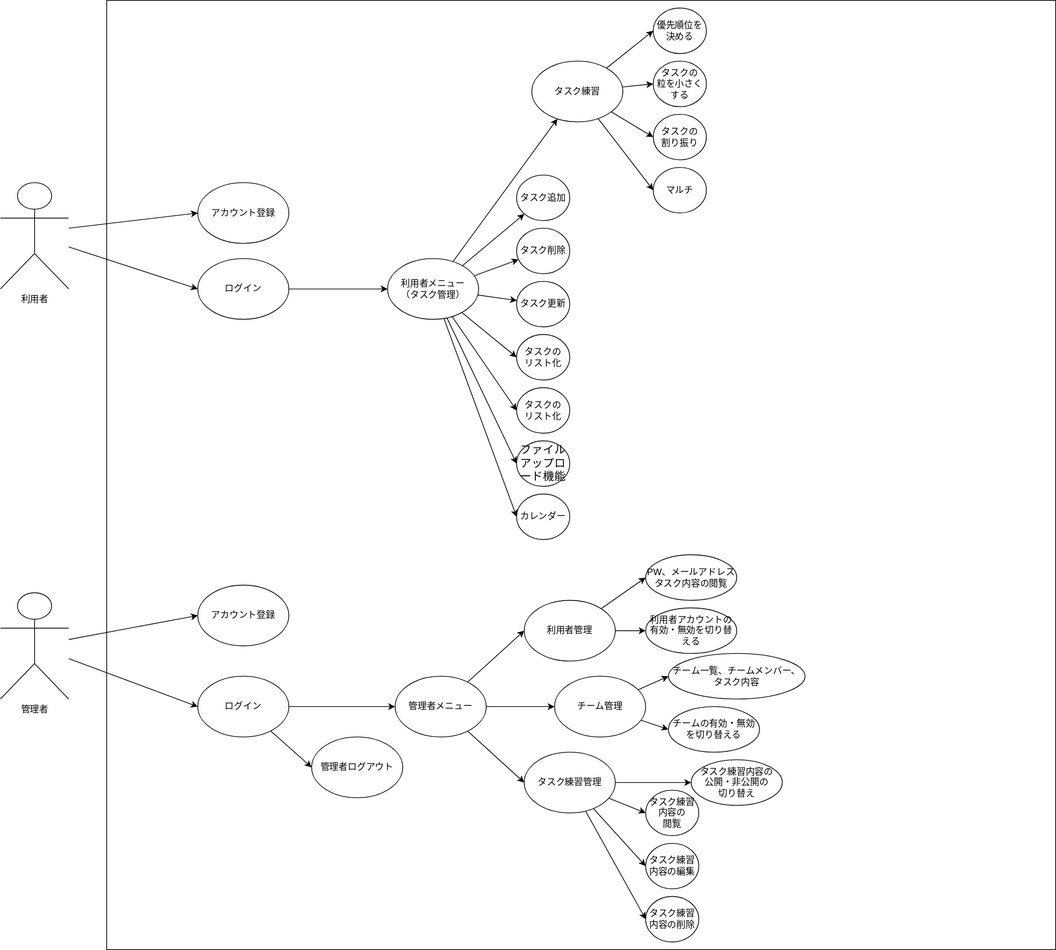
This is teamE.drawio.svg from Skypeace8585/uml-introduction, a draw.io export, as it was before one commit. Source tidied: cells renumbered, new cells last; positions are measured from the earlier drawing's top-left corner, leaving out a move shared by most shapes.
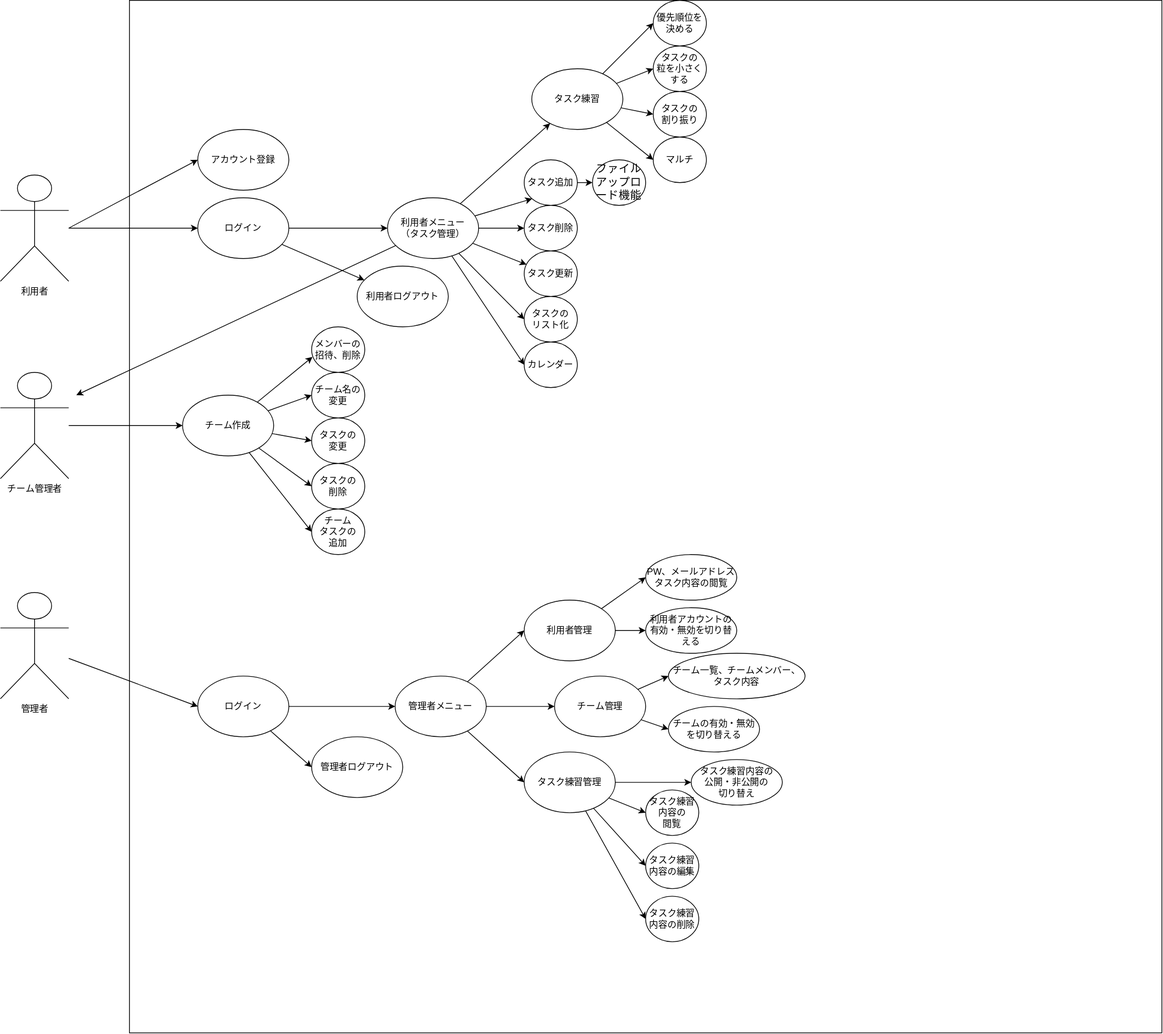
The same file after the commit.

The edit, as a diff of the source:
```diff
@@ -3,7 +3,7 @@
     <mxCell id="0" />
     <mxCell id="1" parent="0" />
     <mxCell id="2" style="whiteSpace=wrap;html=1;" parent="1" vertex="1">
-      <mxGeometry x="140" width="1250" height="1250" as="geometry" />
+      <mxGeometry x="170" width="1360" height="1360" as="geometry" />
     </mxCell>
     <mxCell id="3" style="edgeStyle=none;html=1;entryX=0;entryY=0.5;entryDx=0;entryDy=0;" parent="1" edge="1" target="9">
       <mxGeometry relative="1" as="geometry">
@@ -14,11 +14,8 @@
       <mxGeometry relative="1" as="geometry" />
     </mxCell>
     <mxCell id="5" value="利用者" style="shape=umlActor;verticalLabelPosition=bottom;verticalAlign=top;html=1;outlineConnect=0;" parent="1" vertex="1">
-      <mxGeometry y="240" width="90" height="140" as="geometry" />
+      <mxGeometry y="230" width="90" height="140" as="geometry" />
     </mxCell>
-    <mxCell id="6" style="edgeStyle=none;html=1;entryX=0;entryY=0.5;entryDx=0;entryDy=0;" parent="1" edge="1" source="8" target="12">
-      <mxGeometry relative="1" as="geometry" />
-    </mxCell>
     <mxCell id="7" style="edgeStyle=none;html=1;entryX=0;entryY=0.5;entryDx=0;entryDy=0;" parent="1" edge="1" source="8" target="15">
       <mxGeometry relative="1" as="geometry" />
     </mxCell>
@@ -26,17 +23,17 @@
       <mxGeometry y="780" width="90" height="140" as="geometry" />
     </mxCell>
     <mxCell id="9" value="アカウント登録" style="ellipse;whiteSpace=wrap;html=1;" parent="1" vertex="1">
-      <mxGeometry x="260" y="240" width="120" height="80" as="geometry" />
+      <mxGeometry x="260" y="170" width="120" height="80" as="geometry" />
     </mxCell>
     <mxCell id="10" style="edgeStyle=none;html=1;" parent="1" edge="1" source="11" target="24">
       <mxGeometry relative="1" as="geometry" />
     </mxCell>
+    <mxCell id="65" style="edgeStyle=none;html=1;" parent="1" edge="1" source="11" target="81">
+      <mxGeometry relative="1" as="geometry" />
+    </mxCell>
     <mxCell id="11" value="ログイン" style="ellipse;whiteSpace=wrap;html=1;" parent="1" vertex="1">
-      <mxGeometry x="260" y="340" width="120" height="80" as="geometry" />
+      <mxGeometry x="260" y="260" width="120" height="80" as="geometry" />
     </mxCell>
-    <mxCell id="12" value="アカウント登録" style="ellipse;whiteSpace=wrap;html=1;" parent="1" vertex="1">
-      <mxGeometry x="260" y="770" width="120" height="80" as="geometry" />
-    </mxCell>
     <mxCell id="13" style="edgeStyle=none;html=1;entryX=0;entryY=0.5;entryDx=0;entryDy=0;" parent="1" edge="1" source="15" target="28">
       <mxGeometry relative="1" as="geometry" />
     </mxCell>
@@ -61,17 +58,16 @@
     <mxCell id="20" style="edgeStyle=none;html=1;entryX=0;entryY=0.5;entryDx=0;entryDy=0;" parent="1" edge="1" source="24" target="49">
       <mxGeometry relative="1" as="geometry" />
     </mxCell>
-    <mxCell id="21" style="edgeStyle=none;html=1;entryX=0;entryY=0.5;entryDx=0;entryDy=0;" parent="1" edge="1" source="24" target="50">
-      <mxGeometry relative="1" as="geometry" />
-    </mxCell>
-    <mxCell id="22" style="edgeStyle=none;html=1;entryX=0;entryY=0.5;entryDx=0;entryDy=0;" parent="1" edge="1" source="24" target="51">
-      <mxGeometry relative="1" as="geometry" />
-    </mxCell>
     <mxCell id="23" style="edgeStyle=none;html=1;entryX=0;entryY=0.5;entryDx=0;entryDy=0;" parent="1" edge="1" source="24" target="52">
       <mxGeometry relative="1" as="geometry" />
     </mxCell>
+    <mxCell id="66" style="edgeStyle=none;html=1;" parent="1" edge="1" source="24">
+      <mxGeometry relative="1" as="geometry">
+        <mxPoint x="100" y="520" as="targetPoint" />
+      </mxGeometry>
+    </mxCell>
     <mxCell id="24" value="利用者メニュー&lt;br&gt;（タスク管理）" style="ellipse;whiteSpace=wrap;html=1;" parent="1" vertex="1">
-      <mxGeometry x="510" y="340" width="120" height="80" as="geometry" />
+      <mxGeometry x="510" y="260" width="120" height="80" as="geometry" />
     </mxCell>
     <mxCell id="25" style="edgeStyle=none;html=1;entryX=0;entryY=0.5;entryDx=0;entryDy=0;" parent="1" edge="1" source="28" target="32">
       <mxGeometry relative="1" as="geometry" />
@@ -134,40 +130,40 @@
       <mxGeometry relative="1" as="geometry" />
     </mxCell>
     <mxCell id="45" value="タスク練習" style="ellipse;whiteSpace=wrap;html=1;" parent="1" vertex="1">
-      <mxGeometry x="700" y="80" width="120" height="80" as="geometry" />
+      <mxGeometry x="700" y="90" width="120" height="80" as="geometry" />
     </mxCell>
+    <mxCell id="67" style="edgeStyle=none;html=1;entryX=0;entryY=0.5;entryDx=0;entryDy=0;" parent="1" edge="1" source="46" target="51">
+      <mxGeometry relative="1" as="geometry" />
+    </mxCell>
     <mxCell id="46" value="タスク追加" style="ellipse;whiteSpace=wrap;html=1;" parent="1" vertex="1">
-      <mxGeometry x="680" y="230" width="70" height="60" as="geometry" />
+      <mxGeometry x="690" y="210" width="70" height="60" as="geometry" />
     </mxCell>
     <mxCell id="47" value="タスク削除" style="ellipse;whiteSpace=wrap;html=1;" parent="1" vertex="1">
-      <mxGeometry x="680" y="300" width="70" height="60" as="geometry" />
+      <mxGeometry x="690" y="270" width="70" height="60" as="geometry" />
     </mxCell>
     <mxCell id="48" value="タスク更新" style="ellipse;whiteSpace=wrap;html=1;" parent="1" vertex="1">
-      <mxGeometry x="680" y="370" width="70" height="60" as="geometry" />
+      <mxGeometry x="690" y="330" width="70" height="60" as="geometry" />
     </mxCell>
     <mxCell id="49" value="タスクの&lt;br&gt;リスト化" style="ellipse;whiteSpace=wrap;html=1;" parent="1" vertex="1">
-      <mxGeometry x="680" y="440" width="70" height="60" as="geometry" />
+      <mxGeometry x="690" y="390" width="70" height="60" as="geometry" />
     </mxCell>
-    <mxCell id="50" value="タスクの&lt;br&gt;リスト化" style="ellipse;whiteSpace=wrap;html=1;" parent="1" vertex="1">
-      <mxGeometry x="680" y="510" width="70" height="60" as="geometry" />
-    </mxCell>
     <mxCell id="51" value="&lt;span id=&quot;docs-internal-guid-5d3f650f-7fff-f40a-46c2-ee0eba56789a&quot;&gt;&lt;span style=&quot;font-size: 11pt; font-family: Arial, sans-serif; background-color: transparent; font-variant-numeric: normal; font-variant-east-asian: normal; vertical-align: baseline;&quot;&gt;ファイルアップロード機能&lt;/span&gt;&lt;/span&gt;" style="ellipse;whiteSpace=wrap;html=1;" parent="1" vertex="1">
-      <mxGeometry x="680" y="580" width="70" height="60" as="geometry" />
+      <mxGeometry x="780" y="210" width="70" height="60" as="geometry" />
     </mxCell>
     <mxCell id="52" value="カレンダー" style="ellipse;whiteSpace=wrap;html=1;" parent="1" vertex="1">
-      <mxGeometry x="680" y="650" width="70" height="60" as="geometry" />
+      <mxGeometry x="690" y="450" width="70" height="60" as="geometry" />
     </mxCell>
     <mxCell id="53" value="優先順位を&lt;br&gt;決める" style="ellipse;whiteSpace=wrap;html=1;" parent="1" vertex="1">
-      <mxGeometry x="860" y="10" width="70" height="60" as="geometry" />
+      <mxGeometry x="860" width="70" height="60" as="geometry" />
     </mxCell>
     <mxCell id="54" value="タスクの&lt;br&gt;粒を小さくする" style="ellipse;whiteSpace=wrap;html=1;" parent="1" vertex="1">
-      <mxGeometry x="860" y="80" width="70" height="60" as="geometry" />
+      <mxGeometry x="860" y="60" width="70" height="60" as="geometry" />
     </mxCell>
     <mxCell id="55" value="タスクの&lt;br&gt;割り振り" style="ellipse;whiteSpace=wrap;html=1;" parent="1" vertex="1">
-      <mxGeometry x="860" y="150" width="70" height="60" as="geometry" />
+      <mxGeometry x="860" y="120" width="70" height="60" as="geometry" />
     </mxCell>
     <mxCell id="56" value="マルチ" style="ellipse;whiteSpace=wrap;html=1;" parent="1" vertex="1">
-      <mxGeometry x="860" y="220" width="70" height="60" as="geometry" />
+      <mxGeometry x="860" y="180" width="70" height="60" as="geometry" />
     </mxCell>
     <mxCell id="57" value="PW、メールアドレスタスク内容の閲覧" style="ellipse;whiteSpace=wrap;html=1;" parent="1" vertex="1">
       <mxGeometry x="850" y="730" width="120" height="60" as="geometry" />
@@ -193,5 +189,47 @@
     <mxCell id="64" value="タスク練習内容の削除" style="ellipse;whiteSpace=wrap;html=1;" parent="1" vertex="1">
       <mxGeometry x="850" y="1180" width="70" height="60" as="geometry" />
     </mxCell>
+    <mxCell id="68" style="edgeStyle=none;html=1;entryX=0;entryY=0.5;entryDx=0;entryDy=0;" parent="1" edge="1" source="69" target="75">
+      <mxGeometry relative="1" as="geometry" />
+    </mxCell>
+    <mxCell id="69" value="チーム管理者" style="shape=umlActor;verticalLabelPosition=bottom;verticalAlign=top;html=1;outlineConnect=0;" parent="1" vertex="1">
+      <mxGeometry y="490" width="90" height="140" as="geometry" />
+    </mxCell>
+    <mxCell id="70" style="edgeStyle=none;html=1;entryX=0.016;entryY=0.66;entryDx=0;entryDy=0;entryPerimeter=0;" parent="1" edge="1" source="75" target="76">
+      <mxGeometry relative="1" as="geometry" />
+    </mxCell>
+    <mxCell id="71" style="edgeStyle=none;html=1;entryX=0;entryY=0.5;entryDx=0;entryDy=0;" parent="1" edge="1" source="75" target="77">
+      <mxGeometry relative="1" as="geometry" />
+    </mxCell>
+    <mxCell id="72" style="edgeStyle=none;html=1;entryX=0;entryY=0.5;entryDx=0;entryDy=0;" parent="1" edge="1" source="75" target="78">
+      <mxGeometry relative="1" as="geometry" />
+    </mxCell>
+    <mxCell id="73" style="edgeStyle=none;html=1;entryX=0;entryY=0.5;entryDx=0;entryDy=0;" parent="1" edge="1" source="75" target="79">
+      <mxGeometry relative="1" as="geometry" />
+    </mxCell>
+    <mxCell id="74" style="edgeStyle=none;html=1;entryX=0;entryY=0.5;entryDx=0;entryDy=0;" parent="1" edge="1" source="75" target="80">
+      <mxGeometry relative="1" as="geometry" />
+    </mxCell>
+    <mxCell id="75" value="チーム作成" style="ellipse;whiteSpace=wrap;html=1;" parent="1" vertex="1">
+      <mxGeometry x="240" y="520" width="120" height="80" as="geometry" />
+    </mxCell>
+    <mxCell id="76" value="メンバーの&lt;br&gt;招待、削除" style="ellipse;whiteSpace=wrap;html=1;" parent="1" vertex="1">
+      <mxGeometry x="410" y="430" width="70" height="60" as="geometry" />
+    </mxCell>
+    <mxCell id="77" value="チーム名の&lt;br&gt;変更" style="ellipse;whiteSpace=wrap;html=1;" parent="1" vertex="1">
+      <mxGeometry x="410" y="490" width="70" height="60" as="geometry" />
+    </mxCell>
+    <mxCell id="78" value="タスクの&lt;br&gt;変更" style="ellipse;whiteSpace=wrap;html=1;" parent="1" vertex="1">
+      <mxGeometry x="410" y="550" width="70" height="60" as="geometry" />
+    </mxCell>
+    <mxCell id="79" value="タスクの&lt;br&gt;削除" style="ellipse;whiteSpace=wrap;html=1;" parent="1" vertex="1">
+      <mxGeometry x="410" y="610" width="70" height="60" as="geometry" />
+    </mxCell>
+    <mxCell id="80" value="チーム&lt;br&gt;タスクの&lt;br&gt;追加&lt;br&gt;" style="ellipse;whiteSpace=wrap;html=1;" parent="1" vertex="1">
+      <mxGeometry x="410" y="670" width="70" height="60" as="geometry" />
+    </mxCell>
+    <mxCell id="81" value="利用者ログアウト" style="ellipse;whiteSpace=wrap;html=1;" parent="1" vertex="1">
+      <mxGeometry x="470" y="350" width="120" height="80" as="geometry" />
+    </mxCell>
   </root>
 </mxGraphModel>
```
